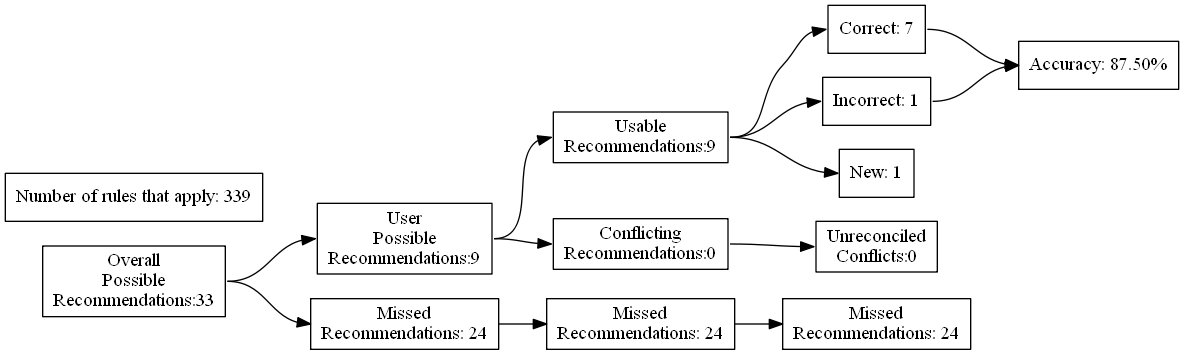
Above: test_renders/65.gv.png in ZaxR/ibd_diet_analysis (Graphviz), before the change. Its source is kept beside it as test_renders/65.gv.
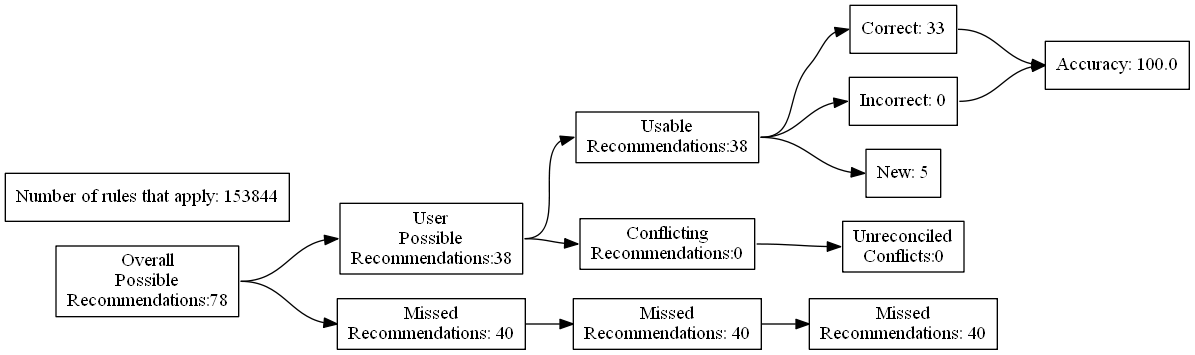
After the commit.

Diff of the diagram source:
```diff
@@ -4,27 +4,27 @@
 	edge [headport=w tailport=e]
 		A [label="Overall
 Possible
-Recommendations:33"]
+Recommendations:78"]
 		B [label="User
 Possible
-Recommendations:9"]
+Recommendations:38"]
 		C [label="Missed
-Recommendations: 24"]
+Recommendations: 40"]
 		D [label="Usable
-Recommendations:9"]
+Recommendations:38"]
 		E [label="Conflicting
 Recommendations:0"]
 		J [label="Missed
-Recommendations: 24"]
+Recommendations: 40"]
 		M [label="Unreconciled
 Conflicts:0"]
-		F [label="Correct: 7"]
-		G [label="Incorrect: 1"]
-		H [label="New: 1"]
+		F [label="Correct: 33"]
+		G [label="Incorrect: 0"]
+		H [label="New: 5"]
 		K [label="Missed
-Recommendations: 24"]
-		I [label="Accuracy: 87.50%"]
-		l [label="Number of rules that apply: 339"]
+Recommendations: 40"]
+		I [label="Accuracy: 100.0"]
+		l [label="Number of rules that apply: 153844"]
 			A -> B
 			A -> C
 			B -> D
```
